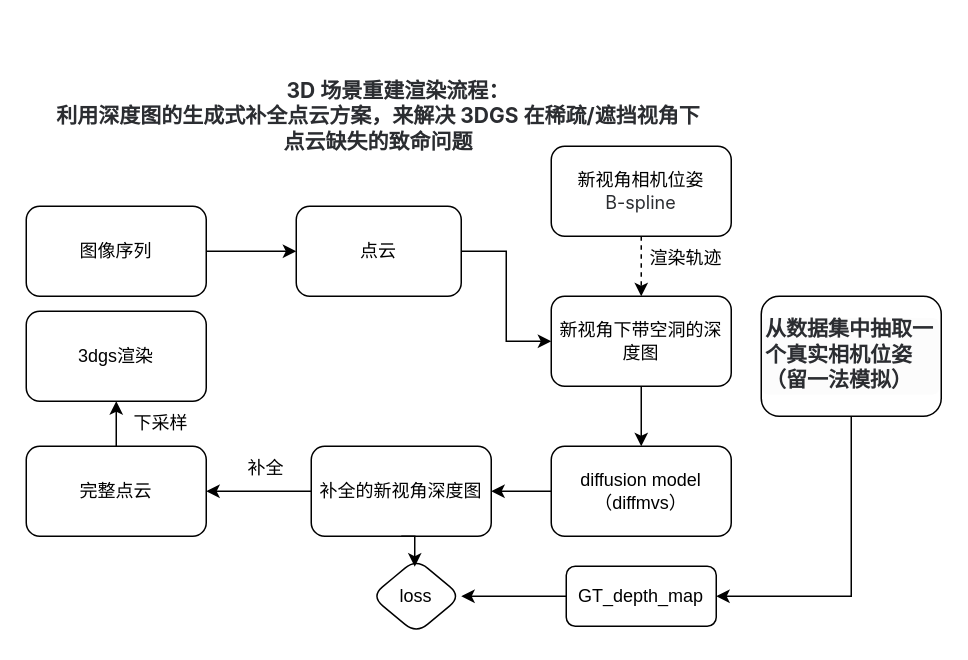
Before: model_net.drawio in zzcPeace/draw.io, a draw.io diagram. Source tidied: cells renumbered, new cells numbered last; positions are measured from the earlier drawing's top-left corner, leaving out a move shared by most shapes. Both pictures are drawn from the tidied source at 150%, with x=0, y=0 at pixel (26, 70).
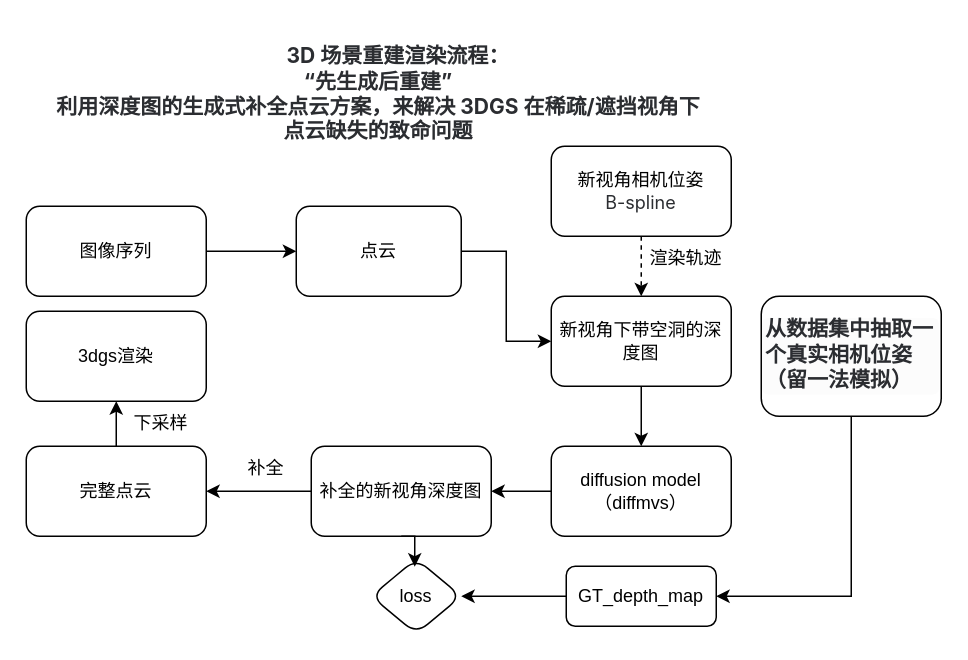
The same page after the edit.

The edit, as a diff of the source:
```diff
@@
-    <mxCell id="17" value="&lt;strong class=&quot;ng-star-inserted&quot; style=&quot;box-sizing: border-box; color: rgb(43, 45, 49); font-family: Inter, sans-serif; font-size: 14px; text-align: start; background-color: rgb(255, 255, 255);&quot;&gt;&lt;span class=&quot;ng-star-inserted&quot; style=&quot;box-sizing: border-box;&quot;&gt;&lt;span style=&quot;white-space: pre;&quot;&gt;&#9;&lt;/span&gt;3D 场景重建渲染流程：&lt;/span&gt;&lt;/strong&gt;&lt;div&gt;&lt;strong class=&quot;ng-star-inserted&quot; style=&quot;box-sizing: border-box; color: rgb(43, 45, 49); font-family: Inter, sans-serif; font-size: 14px; text-align: start; background-color: rgb(255, 255, 255);&quot;&gt;&lt;span class=&quot;ng-star-inserted&quot; style=&quot;box-sizing: border-box;&quot;&gt;利用深度图的生成式补全点云方案，来解决 3DGS 在稀疏/遮挡视角下&lt;/span&gt;&lt;/strong&gt;&lt;/div&gt;&lt;div&gt;&lt;strong class=&quot;ng-star-inserted&quot; style=&quot;box-sizing: border-box; color: rgb(43, 45, 49); font-family: Inter, sans-serif; font-size: 14px; text-align: start; background-color: rgb(255, 255, 255);&quot;&gt;&lt;span class=&quot;ng-star-inserted&quot; style=&quot;box-sizing: border-box;&quot;&gt;点云缺失的致命问题&lt;/span&gt;&lt;/strong&gt;&lt;/div&gt;" style="text;html=1;whiteSpace=wrap;strokeColor=none;fillColor=none;align=center;verticalAlign=middle;rounded=0;" parent="1" vertex="1">
-      <mxGeometry width="470" height="60" as="geometry" />
+    <mxCell id="17" value="&lt;strong class=&quot;ng-star-inserted&quot; style=&quot;box-sizing: border-box; color: rgb(43, 45, 49); font-family: Inter, sans-serif; font-size: 14px; text-align: start; background-color: rgb(255, 255, 255);&quot;&gt;&lt;span class=&quot;ng-star-inserted&quot; style=&quot;box-sizing: border-box;&quot;&gt;&lt;span style=&quot;white-space: pre;&quot;&gt;&#9;&lt;/span&gt;3D 场景重建渲染流程：&lt;br&gt;“先生成后重建”&lt;br&gt;&lt;/span&gt;&lt;/strong&gt;&lt;div&gt;&lt;strong class=&quot;ng-star-inserted&quot; style=&quot;box-sizing: border-box; color: rgb(43, 45, 49); font-family: Inter, sans-serif; font-size: 14px; text-align: start; background-color: rgb(255, 255, 255);&quot;&gt;&lt;span class=&quot;ng-star-inserted&quot; style=&quot;box-sizing: border-box;&quot;&gt;利用深度图的生成式补全点云方案，来解决 3DGS 在稀疏/遮挡视角下&lt;/span&gt;&lt;/strong&gt;&lt;/div&gt;&lt;div&gt;&lt;strong class=&quot;ng-star-inserted&quot; style=&quot;box-sizing: border-box; color: rgb(43, 45, 49); font-family: Inter, sans-serif; font-size: 14px; text-align: start; background-color: rgb(255, 255, 255);&quot;&gt;&lt;span class=&quot;ng-star-inserted&quot; style=&quot;box-sizing: border-box;&quot;&gt;点云缺失的致命问题&lt;/span&gt;&lt;/strong&gt;&lt;/div&gt;" style="text;html=1;whiteSpace=wrap;strokeColor=none;fillColor=none;align=center;verticalAlign=middle;rounded=0;" parent="1" vertex="1">
+      <mxGeometry y="-30" width="470" height="90" as="geometry" />
     </mxCell>
```
